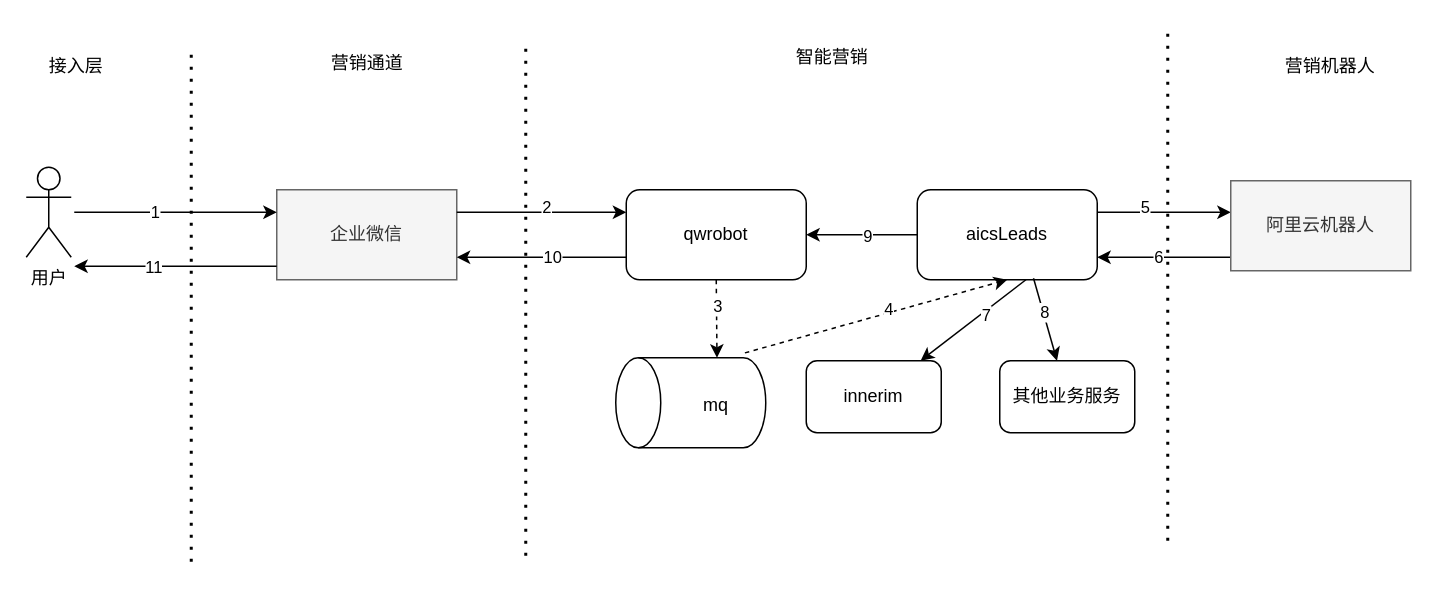
The draw.io diagram page "智能营销" (22 of 22) of 系统架构0.drawio in joeytang/imgs, before the edit. Source tidied: cells renumbered, new cells numbered last; positions are measured from the earlier drawing's top-left corner, leaving out a move shared by most shapes. Both pictures are drawn from the tidied source at 150%, with x=0, y=0 at pixel (26, 27).
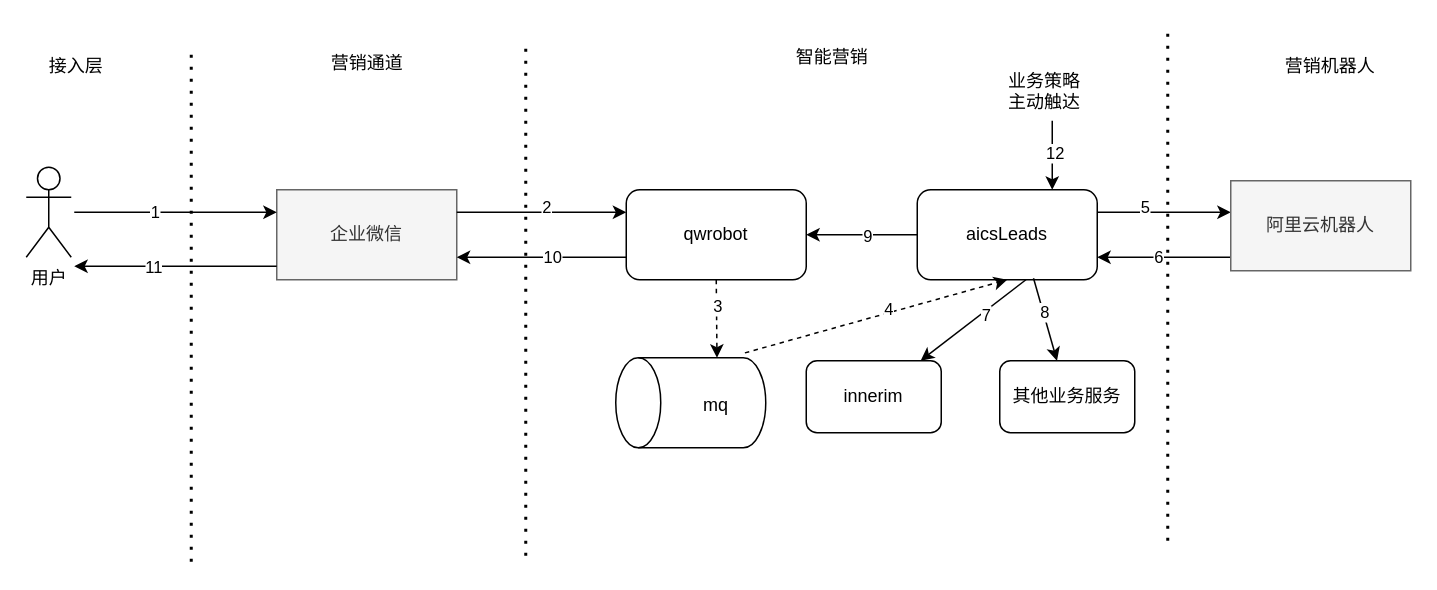
The same page after the edit.

Unchanged cells that the change refers to:
```xml
<mxCell id="13" value="aicsLeads" style="rounded=1;whiteSpace=wrap;html=1;" parent="1" vertex="1">
  <mxGeometry x="594" y="108" width="120" height="60" as="geometry" />
</mxCell>
```

Change to the diagram source:
```diff
@@
+    <mxCell id="40" style="endArrow=classic;html=1;rounded=0;entryX=0.75;entryY=0;entryDx=0;entryDy=0;" parent="1" edge="1" target="13">
+      <mxGeometry relative="1" as="geometry">
+        <mxPoint x="684" y="62" as="sourcePoint" />
+      </mxGeometry>
+    </mxCell>
+    <mxCell id="41" value="12" style="edgeLabel;html=1;align=center;verticalAlign=middle;" parent="40" vertex="1">
+      <mxGeometry x="-0.07" y="1" relative="1" as="geometry" />
+    </mxCell>
+    <mxCell id="42" value="业务策略&#10;主动触达" style="text;strokeColor=none;fillColor=none;align=left;verticalAlign=middle;spacingLeft=4;spacingRight=4;overflow=hidden;" parent="1" vertex="1">
+      <mxGeometry x="649" y="27" width="80" height="30" as="geometry" />
+    </mxCell>
```
